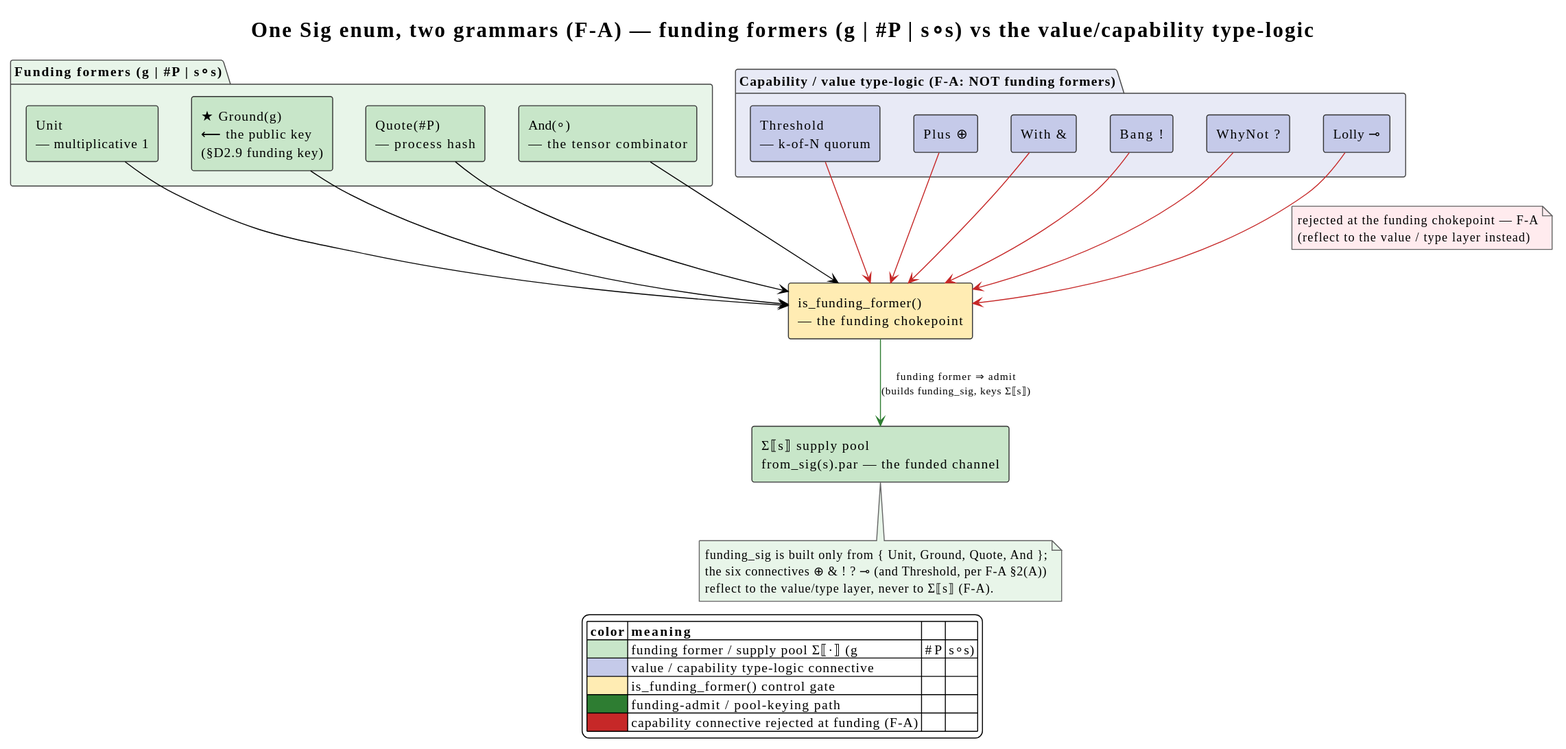
Before: docs/theory/diagrams/sig-funding-vs-capability.svg, a diagram exported from PlantUML (F1R3FLY-io/f1r3node-rust).
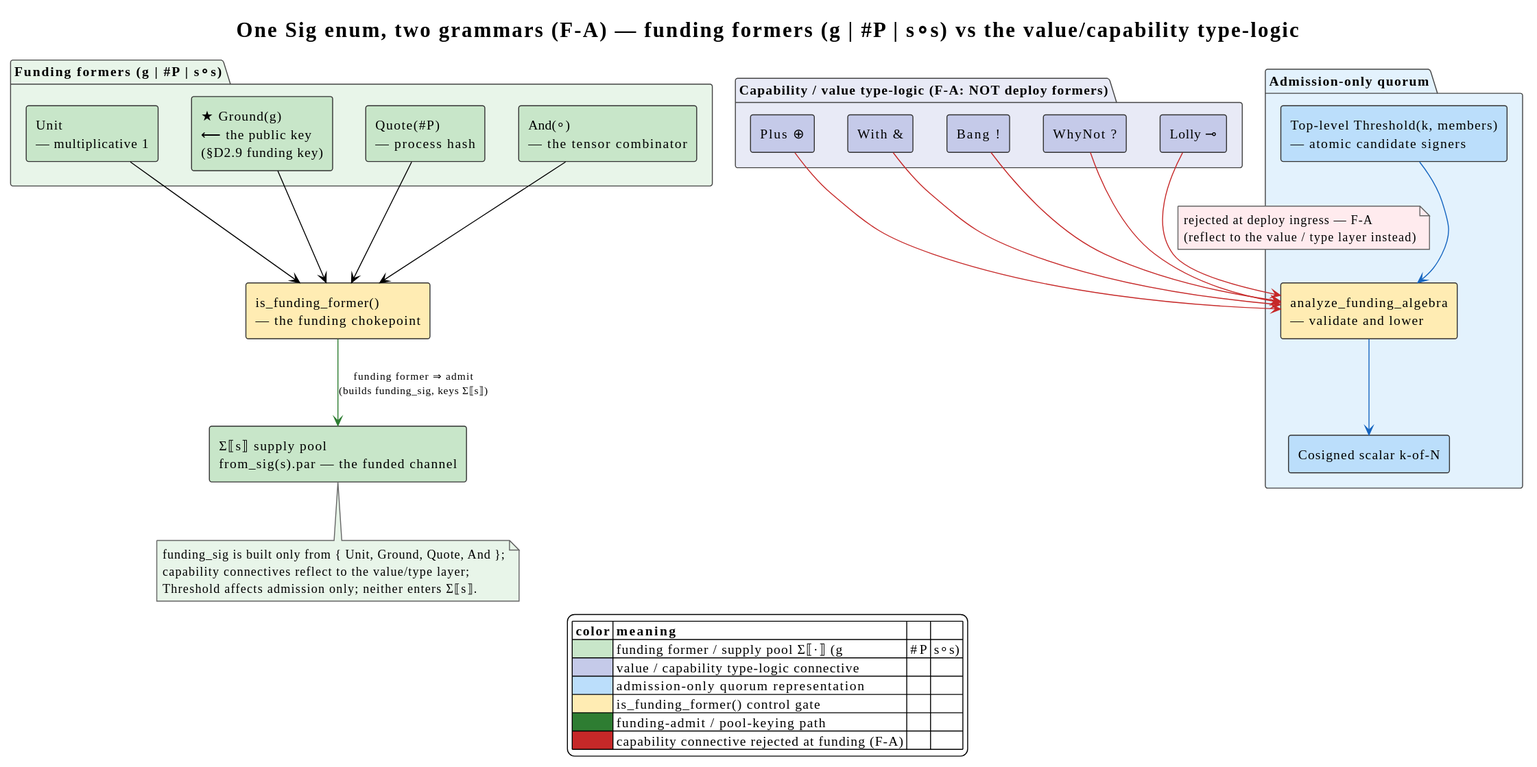
Later version of the same file.

The edit, as a diff of the source:
```diff
@@ -21,13 +21,18 @@
   component "And(∘)\n— the tensor combinator" as F_AND #C8E6C9
 }
 
-package "Capability / value type-logic   (F-A: NOT funding formers)" #E8EAF6 {
-  component "Threshold\n— k-of-N quorum" as C_THRESH #C5CAE9
+package "Capability / value type-logic   (F-A: NOT deploy formers)" #E8EAF6 {
   component "Plus  ⊕" as C_PLUS #C5CAE9
   component "With  &" as C_WITH #C5CAE9
   component "Bang  !" as C_BANG #C5CAE9
   component "WhyNot  ?" as C_WHYNOT #C5CAE9
   component "Lolly  ⊸" as C_LOLLY #C5CAE9
+}
+
+package "Admission-only quorum" #E3F2FD {
+  component "Top-level Threshold(k, members)\n— atomic candidate signers" as C_THRESH #BBDEFB
+  component "analyze_funding_algebra\n— validate and lower" as ADMIT #FFECB3
+  component "Cosigned scalar k-of-N" as QUORUM #BBDEFB
 }
 
 component "is_funding_former()\n— the funding chokepoint" as GATE #FFECB3
@@ -39,27 +44,30 @@
 F_AND    --> GATE
 GATE -[#2E7D32]-> POOL : funding former ⇒ admit\n(builds funding_sig, keys Σ⟦s⟧)
 
-C_THRESH -[#C62828]-> GATE
-C_PLUS   -[#C62828]-> GATE
-C_WITH   -[#C62828]-> GATE
-C_BANG   -[#C62828]-> GATE
-C_WHYNOT -[#C62828]-> GATE
-C_LOLLY  -[#C62828]-> GATE
+C_THRESH -[#1565C0]-> ADMIT
+ADMIT -[#1565C0]-> QUORUM
+
+C_PLUS   -[#C62828]-> ADMIT
+C_WITH   -[#C62828]-> ADMIT
+C_BANG   -[#C62828]-> ADMIT
+C_WHYNOT -[#C62828]-> ADMIT
+C_LOLLY  -[#C62828]-> ADMIT
 note on link #FFEBEE
-  rejected at the funding chokepoint — F-A
+  rejected at deploy ingress — F-A
   (reflect to the value / type layer instead)
 end note
 
 note bottom of POOL #E8F5E9
   funding_sig is built only from { Unit, Ground, Quote, And };
-  the six connectives ⊕ & ! ? ⊸ (and Threshold, per F-A §2(A))
-  reflect to the value/type layer, never to Σ⟦s⟧ (F-A).
+  capability connectives reflect to the value/type layer;
+  Threshold affects admission only; neither enters Σ⟦s⟧.
 end note
 
 legend bottom
   |= color |= meaning |
   |<#C8E6C9>| funding former / supply pool Σ⟦·⟧ (g | #P | s∘s) |
   |<#C5CAE9>| value / capability type-logic connective |
+  |<#BBDEFB>| admission-only quorum representation |
   |<#FFECB3>| is_funding_former() control gate |
   |<#2E7D32>| funding-admit / pool-keying path |
   |<#C62828>| capability connective rejected at funding (F-A) |
```
